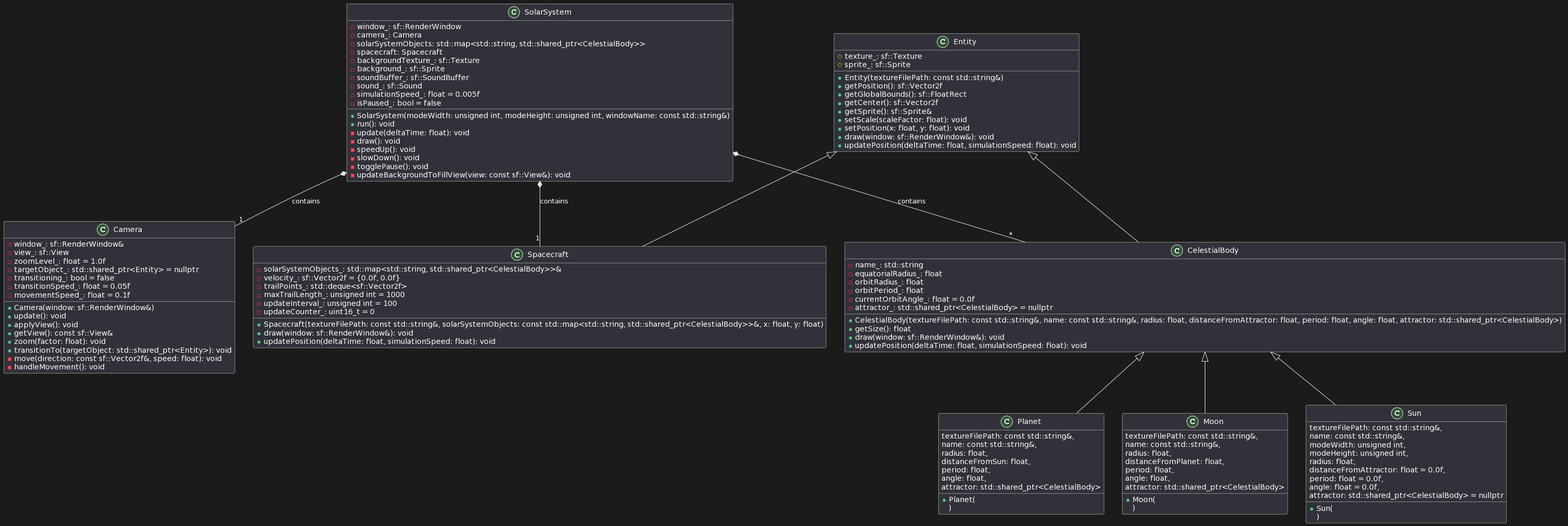
The PlantUML diagram solar_system/docs/class_diagram.png in moon-soul/cpp-course, before a commit. Its diagram source:
```plantuml
@startuml
class SolarSystem {
    -window_: sf::RenderWindow
    -camera_: Camera
    -solarSystemObjects: std::map<std::string, std::shared_ptr<CelestialBody>>
    -spacecraft: Spacecraft
    -backgroundTexture_: sf::Texture
    -background_: sf::Sprite
    -soundBuffer_: sf::SoundBuffer
    -sound_: sf::Sound
    -simulationSpeed_: float = 0.005f
    -isPaused_: bool = false
    +SolarSystem(modeWidth: unsigned int, modeHeight: unsigned int, windowName: const std::string&)
    +run(): void
    -update(deltaTime: float): void
    -draw(): void
    -speedUp(): void
    -slowDown(): void
    -togglePause(): void
    -updateBackgroundToFillView(view: const sf::View&): void
}

class Camera {
    -window_: sf::RenderWindow&
    -view_: sf::View
    -zoomLevel_: float = 1.0f
    -targetObject_: std::shared_ptr<Entity> = nullptr
    -transitioning_: bool = false
    -transitionSpeed_: float = 0.05f
    -movementSpeed_: float = 0.1f
    +Camera(window: sf::RenderWindow&)
    +update(): void
    +applyView(): void
    +getView(): const sf::View&
    +zoom(factor: float): void
    +transitionTo(targetObject: std::shared_ptr<Entity>): void
    -move(direction: const sf::Vector2f&, speed: float): void
    -handleMovement(): void
}

class Entity {
    #texture_: sf::Texture
    #sprite_: sf::Sprite
    +Entity(textureFilePath: const std::string&)
    +getPosition(): sf::Vector2f
    +getGlobalBounds(): sf::FloatRect
    +getCenter(): sf::Vector2f
    +getSprite(): sf::Sprite&
    +setScale(scaleFactor: float): void
    +setPosition(x: float, y: float): void
    +draw(window: sf::RenderWindow&): void
    {abstract}
    +updatePosition(deltaTime: float, simulationSpeed: float): void
    {abstract}
}

class CelestialBody {
    -name_: std::string
    -equatorialRadius_: float
    -orbitRadius_: float
    -orbitPeriod_: float
    -currentOrbitAngle_: float = 0.0f
    -attractor_: std::shared_ptr<CelestialBody> = nullptr
    +CelestialBody(textureFilePath: const std::string&, name: const std::string&, radius: float, distanceFromAttractor: float, period: float, angle: float, attractor: std::shared_ptr<CelestialBody>)
    +getSize(): float
    +draw(window: sf::RenderWindow&): void
    +updatePosition(deltaTime: float, simulationSpeed: float): void
}

class Planet {
    +Planet(
        textureFilePath: const std::string&,
        name: const std::string&,
        radius: float,
        distanceFromSun: float,
        period: float,
        angle: float,
        attractor: std::shared_ptr<CelestialBody>
    )
}

class Moon {
    +Moon(
        textureFilePath: const std::string&,
        name: const std::string&,
        radius: float,
        distanceFromPlanet: float,
        period: float,
        angle: float,
        attractor: std::shared_ptr<CelestialBody>
    )
}

class Sun {
    +Sun(
        textureFilePath: const std::string&,
        name: const std::string&,
        modeWidth: unsigned int,
        modeHeight: unsigned int,
        radius: float,
        distanceFromAttractor: float = 0.0f,
        period: float = 0.0f,
        angle: float = 0.0f,
        attractor: std::shared_ptr<CelestialBody> = nullptr
    )
}

class Spacecraft {
    -solarSystemObjects_: std::map<std::string, std::shared_ptr<CelestialBody>>&
    -velocity_: sf::Vector2f = {0.0f, 0.0f}
    -trailPoints_: std::deque<sf::Vector2f>
    -maxTrailLength_: unsigned int = 1000
    -updateInterval_: unsigned int = 100
    -updateCounter_: uint16_t = 0
    +Spacecraft(textureFilePath: const std::string&, solarSystemObjects: const std::map<std::string, std::shared_ptr<CelestialBody>>&, x: float, y: float)
    +draw(window: sf::RenderWindow&): void
    +updatePosition(deltaTime: float, simulationSpeed: float): void
}

Entity <|-- CelestialBody
CelestialBody <|-- Planet
CelestialBody <|-- Moon
CelestialBody <|-- Sun
Entity <|-- Spacecraft

SolarSystem *-- "1" Camera : contains
SolarSystem *-- "*" CelestialBody : contains
SolarSystem *-- "1" Spacecraft : contains
@enduml
```
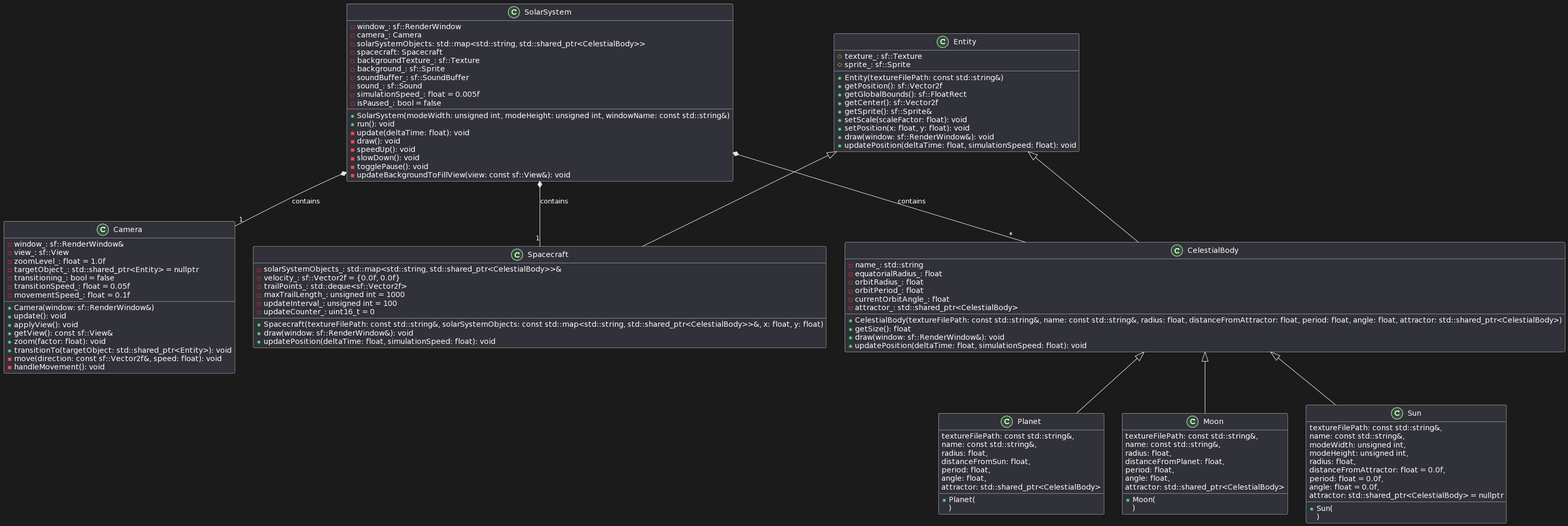
The same file after the commit.

Commit message:
Update class diagram

What changed in the source:
```diff
@@ -59,8 +59,8 @@
     -equatorialRadius_: float
     -orbitRadius_: float
     -orbitPeriod_: float
-    -currentOrbitAngle_: float = 0.0f
-    -attractor_: std::shared_ptr<CelestialBody> = nullptr
+    -currentOrbitAngle_: float
+    -attractor_: std::shared_ptr<CelestialBody>
     +CelestialBody(textureFilePath: const std::string&, name: const std::string&, radius: float, distanceFromAttractor: float, period: float, angle: float, attractor: std::shared_ptr<CelestialBody>)
     +getSize(): float
     +draw(window: sf::RenderWindow&): void
```
